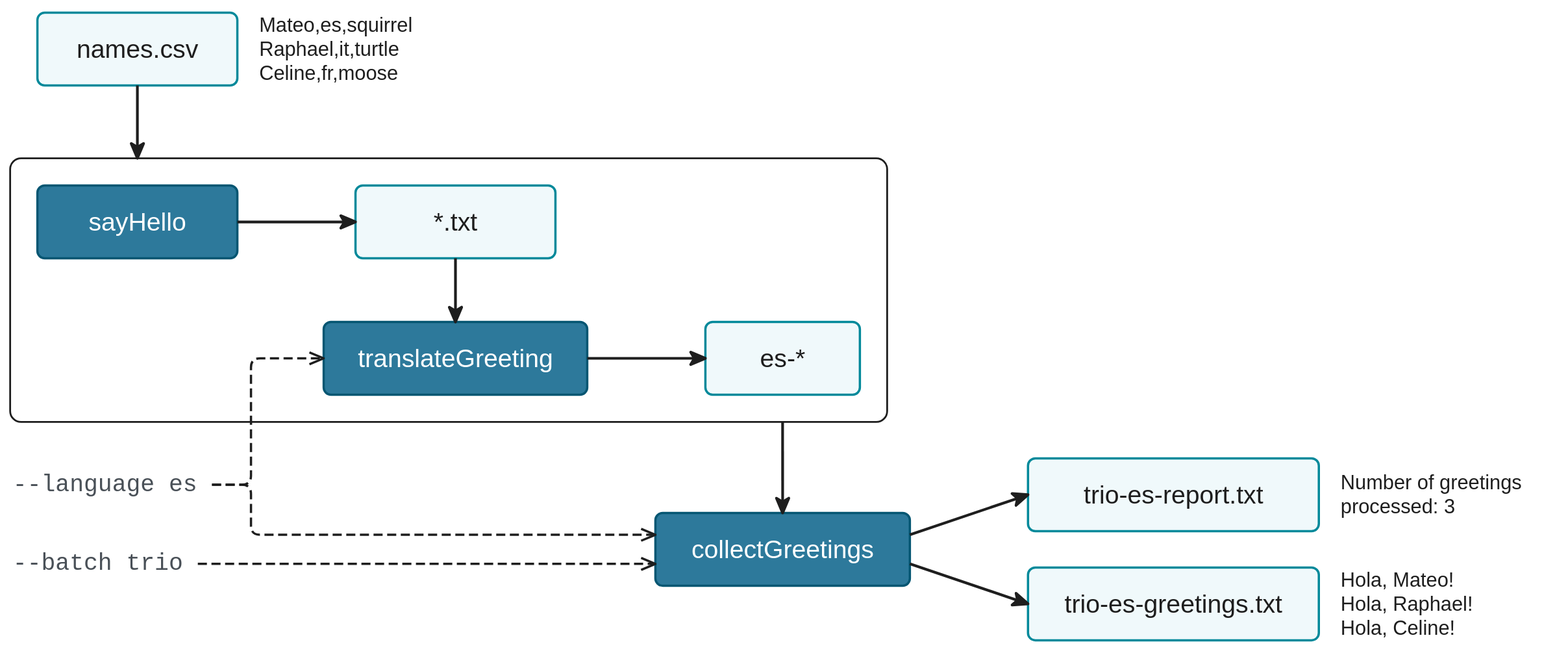
nextflow-io/training keeps this draw.io diagram as docs/en/docs/hello_nextflow/img/hello-collect-4-way.drawio.svg. Above is the earlier version. Source tidied: cells renumbered, new cells last; positions are measured from the earlier drawing's top-left corner, leaving out a move shared by most shapes.
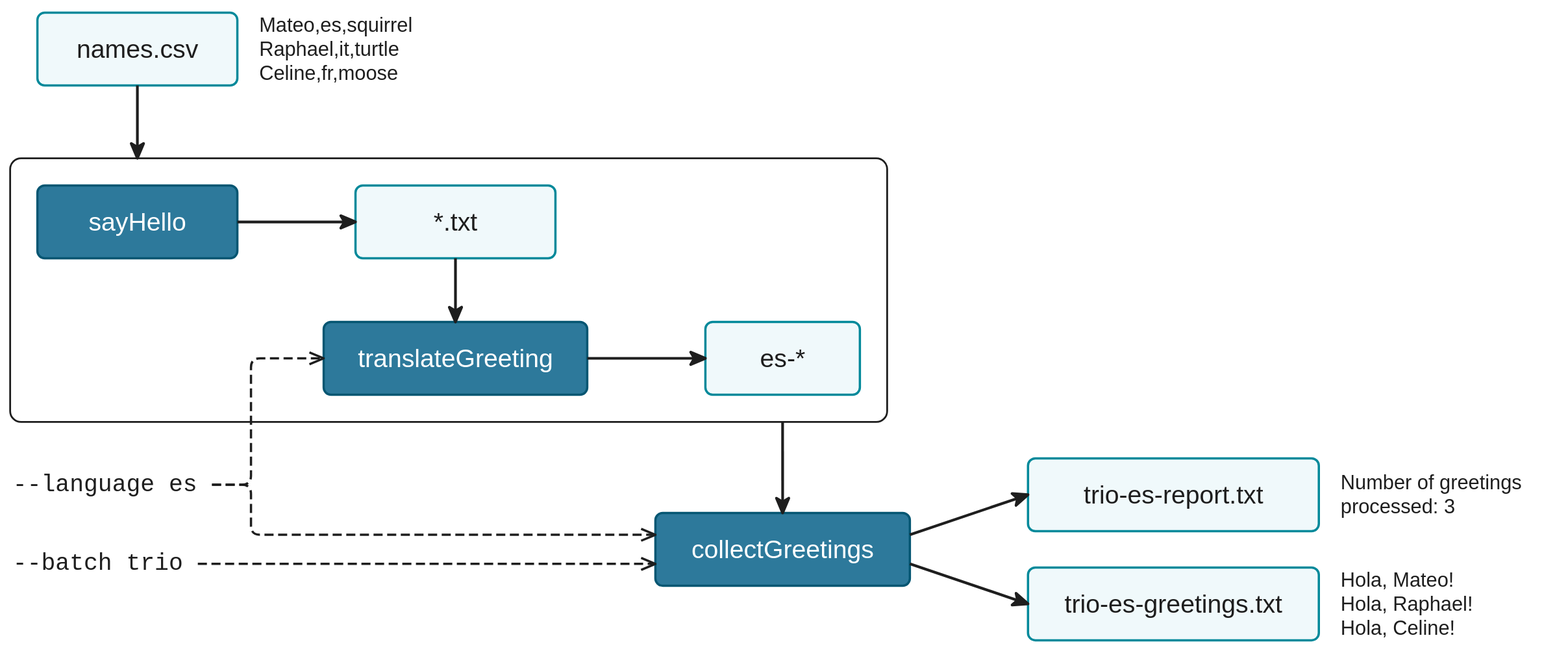
Above is the later version.

Commit message:
docs(hello_nextflow): draw.io connector diagram; black code text

What changed in the source:
```diff
@@ -44,7 +44,7 @@
     <mxCell id="15" value="Mateo,es,squirrel&#10;Raphael,it,turtle&#10;Celine,fr,moose" style="text;html=0;align=left;verticalAlign=middle;whiteSpace=nowrap;spacing=0;spacingLeft=4;fontFamily=Helvetica;fontSize=22;fontColor=#1e1e1e;" parent="1" vertex="1">
       <mxGeometry x="271" width="220" height="88" as="geometry" />
     </mxCell>
-    <mxCell id="16" value="--batch trio" style="text;html=0;align=left;verticalAlign=middle;whiteSpace=nowrap;spacing=0;spacingLeft=4;fontSize=26;fontFamily=Menlo;fontColor=#495057;" parent="1" vertex="1">
+    <mxCell id="16" value="--batch trio" style="text;html=0;align=left;verticalAlign=middle;whiteSpace=nowrap;spacing=0;spacingLeft=4;fontSize=26;fontFamily=Menlo;fontColor=#1e1e1e;" parent="1" vertex="1">
       <mxGeometry y="591" width="207.5" height="38" as="geometry" />
     </mxCell>
     <mxCell id="17" value="Number of greetings&#10;processed: 3" style="text;html=0;align=left;verticalAlign=middle;whiteSpace=nowrap;spacing=0;spacingLeft=4;fontFamily=Helvetica;fontSize=22;fontColor=#1e1e1e;" parent="1" vertex="1">
@@ -65,7 +65,7 @@
     <mxCell id="22" style="edgeStyle=none;html=0;endArrow=classic;endFill=1;strokeColor=#1e1e1e;exitX=1;exitDx=0;exitDy=0;entryX=0;entryDx=0;entryDy=0;exitY=0.7;entryY=0.5;strokeWidth=3;endSize=12;" parent="1" edge="1" source="10" target="11">
       <mxGeometry relative="1" as="geometry" />
     </mxCell>
-    <mxCell id="23" value="--language es" style="text;html=0;align=left;verticalAlign=middle;whiteSpace=nowrap;spacing=0;spacingLeft=4;fontSize=26;fontFamily=Menlo;fontColor=#495057;" parent="1" vertex="1">
+    <mxCell id="23" value="--language es" style="text;html=0;align=left;verticalAlign=middle;whiteSpace=nowrap;spacing=0;spacingLeft=4;fontSize=26;fontFamily=Menlo;fontColor=#1e1e1e;" parent="1" vertex="1">
       <mxGeometry y="504" width="223.1" height="38" as="geometry" />
     </mxCell>
     <mxCell id="24" style="edgeStyle=orthogonalEdgeStyle;rounded=1;arcSize=40;html=0;exitDx=0;exitDy=0;entryDx=0;entryDy=0;dashed=1;endArrow=open;endFill=0;exitX=1;exitY=0.5;entryX=0;entryY=0.5;strokeWidth=2.5;endSize=12;strokeColor=#1e1e1e;dashPattern=4 2;" parent="1" edge="1" source="23" target="5">
```
